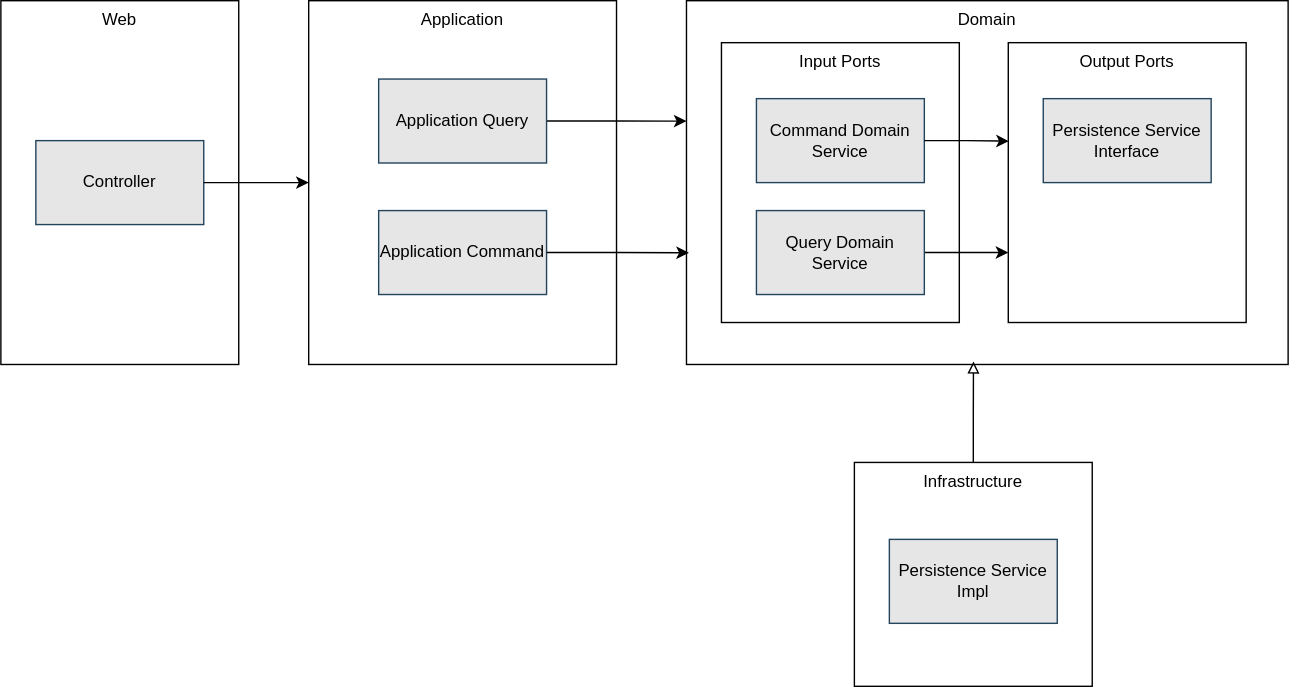
Above: docs/src/main/asciidoc/pages/application/component_interactions.drawio.svg in bitsmi-blog/springboot-showcase (draw.io), before the change. Source tidied: cells renumbered, new cells last; positions are measured from the earlier drawing's top-left corner, leaving out a move shared by most shapes.
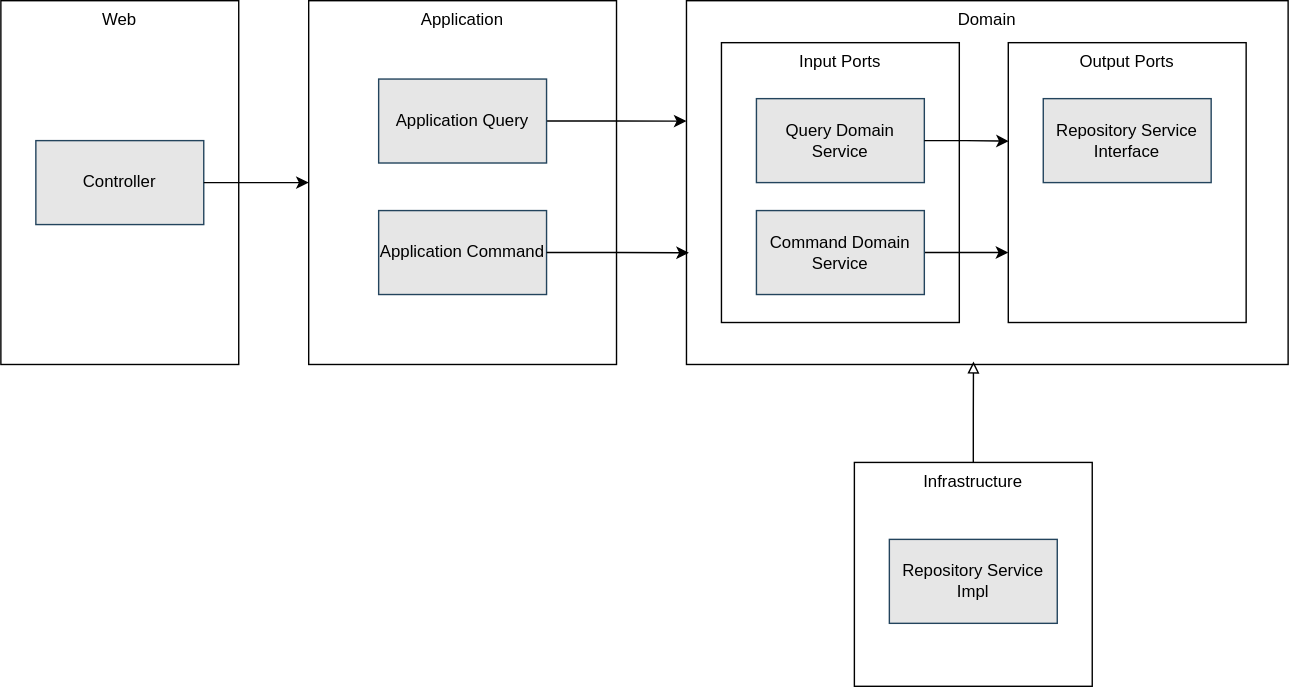
After the commit.

Diff of the diagram source:
```diff
@@ -29,19 +29,19 @@
     <mxCell id="10" value="Input Ports" style="rounded=0;whiteSpace=wrap;html=1;verticalAlign=top;" parent="1" vertex="1">
       <mxGeometry x="515" y="30" width="170" height="200" as="geometry" />
     </mxCell>
-    <mxCell id="11" value="Command Domain Service" style="rounded=0;whiteSpace=wrap;html=1;fillColor=#E6E6E6;strokeColor=#23445d;" parent="1" vertex="1">
+    <mxCell id="11" value="Query Domain Service" style="rounded=0;whiteSpace=wrap;html=1;fillColor=#E6E6E6;strokeColor=#23445d;" parent="1" vertex="1">
       <mxGeometry x="540" y="70" width="120" height="60" as="geometry" />
     </mxCell>
     <mxCell id="12" style="edgeStyle=orthogonalEdgeStyle;rounded=0;jettySize=auto;html=1;exitX=1;exitY=0.5;exitDx=0;exitDy=0;entryX=0;entryY=0.75;entryDx=0;entryDy=0;" parent="1" edge="1" source="13" target="14">
       <mxGeometry relative="1" as="geometry" />
     </mxCell>
-    <mxCell id="13" value="Query Domain Service" style="rounded=0;whiteSpace=wrap;html=1;fillColor=#E6E6E6;strokeColor=#23445d;" parent="1" vertex="1">
+    <mxCell id="13" value="Command Domain Service" style="rounded=0;whiteSpace=wrap;html=1;fillColor=#E6E6E6;strokeColor=#23445d;" parent="1" vertex="1">
       <mxGeometry x="540" y="150" width="120" height="60" as="geometry" />
     </mxCell>
     <mxCell id="14" value="Output Ports" style="rounded=0;whiteSpace=wrap;html=1;verticalAlign=top;" parent="1" vertex="1">
       <mxGeometry x="720" y="30" width="170" height="200" as="geometry" />
     </mxCell>
-    <mxCell id="15" value="Persistence Service Interface" style="rounded=0;whiteSpace=wrap;html=1;fillColor=#E6E6E6;strokeColor=#23445d;" parent="1" vertex="1">
+    <mxCell id="15" value="Repository Service Interface" style="rounded=0;whiteSpace=wrap;html=1;fillColor=#E6E6E6;strokeColor=#23445d;" parent="1" vertex="1">
       <mxGeometry x="745" y="70" width="120" height="60" as="geometry" />
     </mxCell>
     <mxCell id="16" style="edgeStyle=orthogonalEdgeStyle;rounded=0;jettySize=auto;html=1;exitX=1;exitY=0.5;exitDx=0;exitDy=0;entryX=0.004;entryY=0.693;entryDx=0;entryDy=0;entryPerimeter=0;" parent="1" edge="1" source="7" target="9">
@@ -53,7 +53,7 @@
     <mxCell id="18" value="Infrastructure" style="rounded=0;whiteSpace=wrap;html=1;verticalAlign=top;" parent="1" vertex="1">
       <mxGeometry x="610" y="330" width="170" height="160" as="geometry" />
     </mxCell>
-    <mxCell id="19" value="Persistence Service Impl" style="rounded=0;whiteSpace=wrap;html=1;fillColor=#E6E6E6;strokeColor=#23445d;" parent="1" vertex="1">
+    <mxCell id="19" value="Repository Service Impl" style="rounded=0;whiteSpace=wrap;html=1;fillColor=#E6E6E6;strokeColor=#23445d;" parent="1" vertex="1">
       <mxGeometry x="635" y="385" width="120" height="60" as="geometry" />
     </mxCell>
     <mxCell id="20" style="edgeStyle=orthogonalEdgeStyle;rounded=0;jettySize=auto;html=1;exitX=0.5;exitY=0;exitDx=0;exitDy=0;entryX=0.477;entryY=0.992;entryDx=0;entryDy=0;entryPerimeter=0;endArrow=block;endFill=0;" parent="1" edge="1" source="18" target="9">
```
